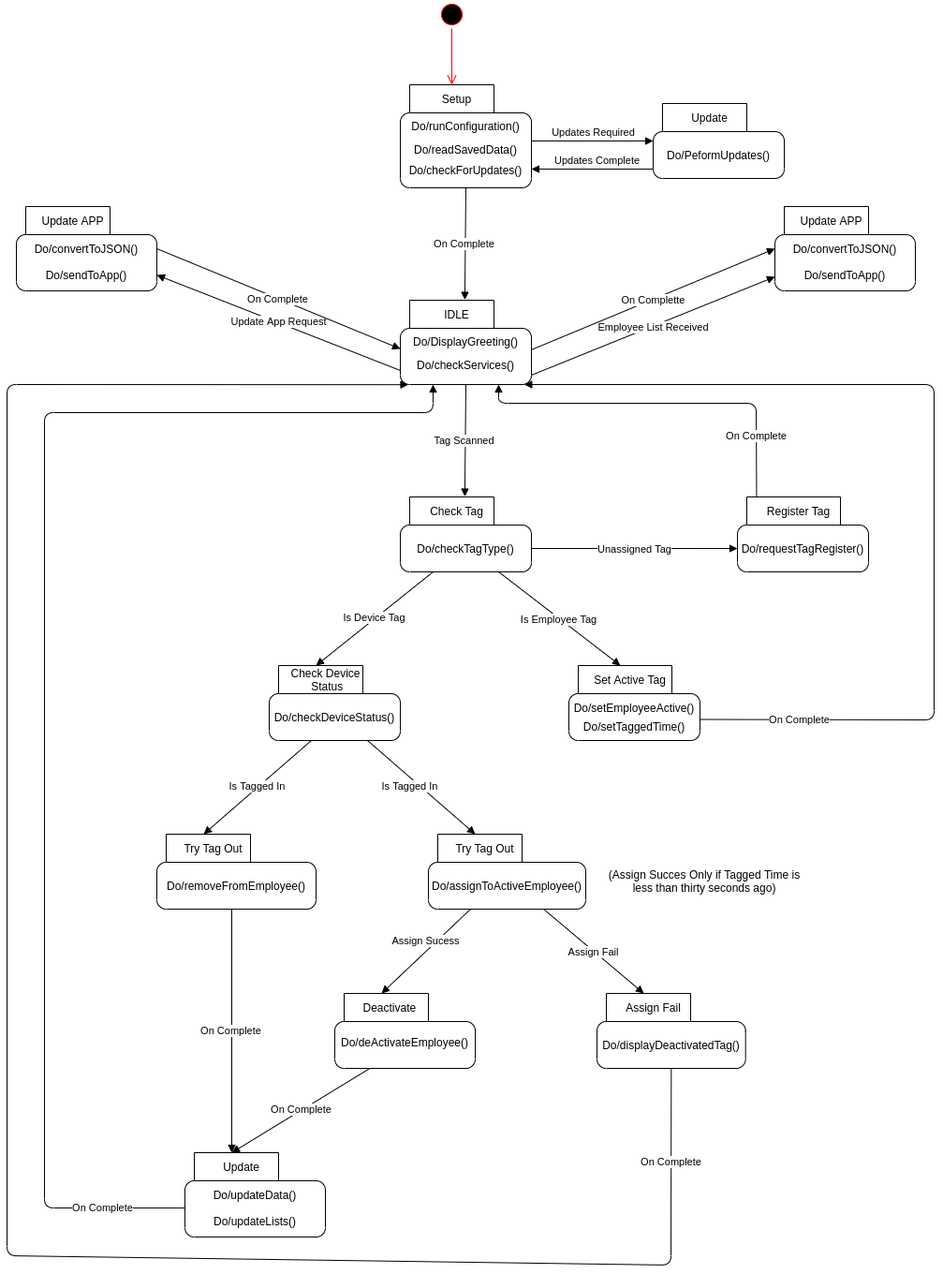
Earlier version of the draw.io export images/state-machine-firmware.png (Lance-Kraakman/rfidProject_V2_S2). Source tidied: cells renumbered, new cells last; positions are measured from the earlier drawing's top-left corner, leaving out a move shared by most shapes.
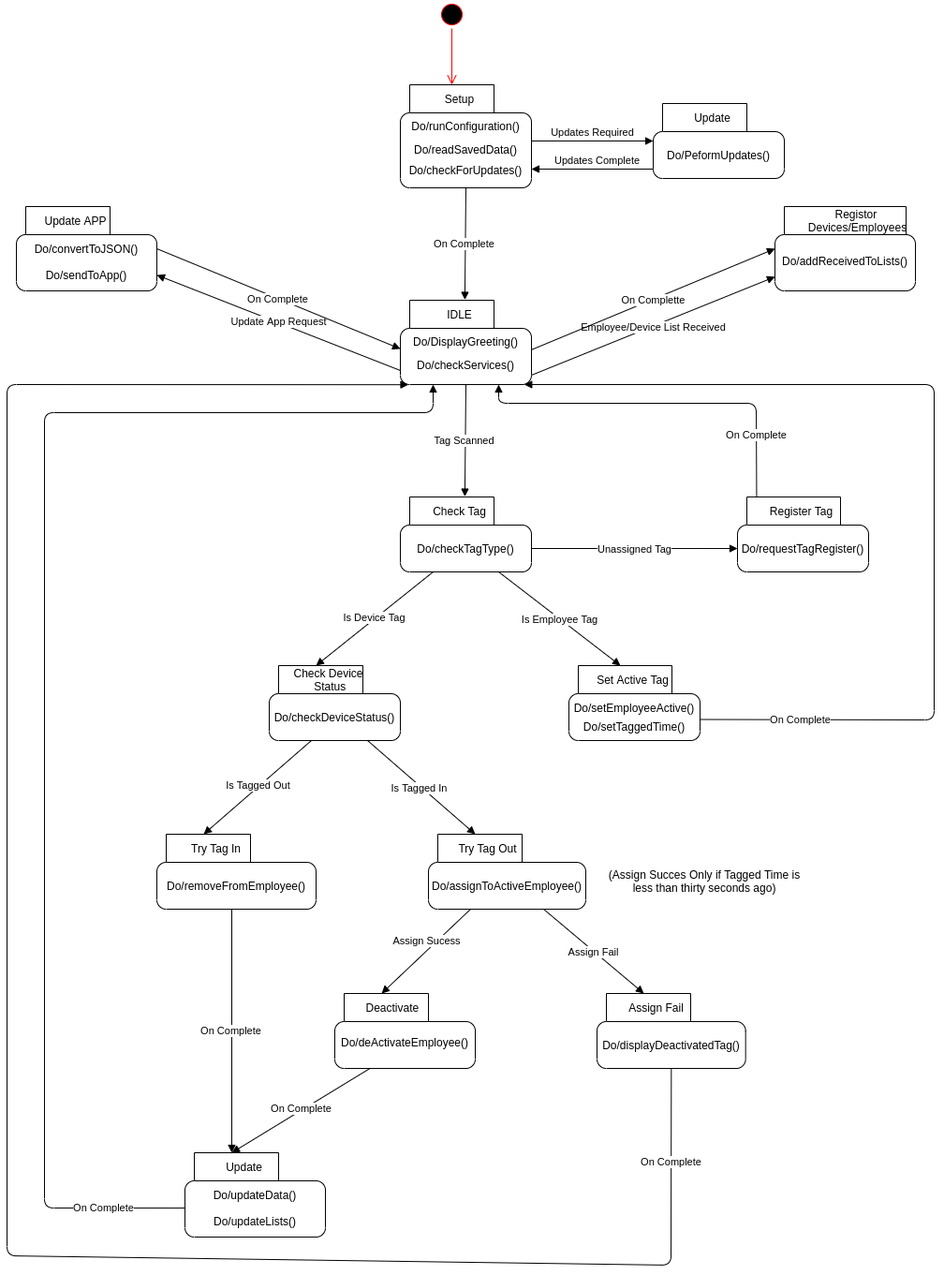
After the change.

Change to the diagram source:
```diff
@@ -136,13 +136,13 @@
     <mxCell id="38" value="v" style="group;" parent="1" vertex="1">
       <mxGeometry x="160" y="890" width="170" height="80" as="geometry" />
     </mxCell>
-    <mxCell id="39" value="Try Tag Out" style="shape=folder;align=center;verticalAlign=middle;fontStyle=0;tabWidth=100;tabHeight=30;tabPosition=left;html=1;boundedLbl=1;labelInHeader=1;rounded=1;absoluteArcSize=1;arcSize=10;" parent="38" vertex="1">
+    <mxCell id="39" value="Try Tag In" style="shape=folder;align=center;verticalAlign=middle;fontStyle=0;tabWidth=100;tabHeight=30;tabPosition=left;html=1;boundedLbl=1;labelInHeader=1;rounded=1;absoluteArcSize=1;arcSize=10;" parent="38" vertex="1">
       <mxGeometry width="170" height="80" as="geometry" />
     </mxCell>
     <mxCell id="40" value="Do/removeFromEmployee()" style="text;html=1;strokeColor=none;fillColor=none;align=center;verticalAlign=middle;whiteSpace=wrap;rounded=0;" parent="38" vertex="1">
       <mxGeometry y="30" width="170" height="50" as="geometry" />
     </mxCell>
-    <mxCell id="41" value="Is Tagged In" style="html=1;verticalAlign=middle;endArrow=block;exitX=0.25;exitY=1;exitDx=0;exitDy=0;entryX=0;entryY=0;entryDx=50;entryDy=0;entryPerimeter=0;labelPosition=center;verticalLabelPosition=middle;align=center;" parent="1" edge="1" target="39">
+    <mxCell id="41" value="Is Tagged Out" style="html=1;verticalAlign=middle;endArrow=block;exitX=0.25;exitY=1;exitDx=0;exitDy=0;entryX=0;entryY=0;entryDx=50;entryDy=0;entryPerimeter=0;labelPosition=center;verticalLabelPosition=middle;align=center;" parent="1" edge="1" target="39">
       <mxGeometry y="-1" relative="1" as="geometry">
         <mxPoint x="325" y="790" as="sourcePoint" />
       </mxGeometry>
@@ -157,7 +157,7 @@
       <mxGeometry x="6" y="30" width="156" height="50" as="geometry" />
     </mxCell>
     <mxCell id="45" value="Is Tagged In" style="html=1;verticalAlign=middle;endArrow=block;exitX=0.75;exitY=1;exitDx=0;exitDy=0;entryX=0;entryY=0;entryDx=50;entryDy=0;entryPerimeter=0;labelPosition=center;verticalLabelPosition=middle;align=center;" parent="1" edge="1" source="29" target="43">
-      <mxGeometry x="-0.12" y="-8" relative="1" as="geometry" />
+      <mxGeometry x="-0.02" y="-2" relative="1" as="geometry" />
     </mxCell>
     <mxCell id="46" value="(Assign Succes Only if Tagged Time is less than thirty seconds ago)" style="text;html=1;strokeColor=none;fillColor=none;align=center;verticalAlign=middle;whiteSpace=wrap;rounded=0;" parent="1" vertex="1">
       <mxGeometry x="640" y="930" width="210" height="20" as="geometry" />
@@ -247,16 +247,13 @@
     <mxCell id="69" value="v" style="group;" parent="1" vertex="1">
       <mxGeometry x="820" y="220" width="150" height="90" as="geometry" />
     </mxCell>
-    <mxCell id="70" value="Update APP" style="shape=folder;align=center;verticalAlign=middle;fontStyle=0;tabWidth=100;tabHeight=30;tabPosition=left;html=1;boundedLbl=1;labelInHeader=1;rounded=1;absoluteArcSize=1;arcSize=10;" parent="69" vertex="1">
+    <mxCell id="70" value="Registor &lt;br&gt;Devices/Employees" style="shape=folder;align=center;verticalAlign=middle;fontStyle=0;tabWidth=150;tabHeight=30;tabPosition=left;html=1;boundedLbl=1;labelInHeader=1;rounded=1;absoluteArcSize=1;arcSize=10;" parent="69" vertex="1">
       <mxGeometry width="150" height="90" as="geometry" />
     </mxCell>
-    <mxCell id="71" value="Do/convertToJSON()" style="text;html=1;strokeColor=none;fillColor=none;align=center;verticalAlign=middle;whiteSpace=wrap;rounded=0;" parent="69" vertex="1">
-      <mxGeometry y="16.9" width="150" height="56.2" as="geometry" />
+    <mxCell id="71" value="Do/addReceivedToLists()" style="text;html=1;strokeColor=none;fillColor=none;align=center;verticalAlign=middle;whiteSpace=wrap;rounded=0;" parent="69" vertex="1">
+      <mxGeometry y="30" width="150" height="56.2" as="geometry" />
     </mxCell>
-    <mxCell id="72" value="Do/sendToApp()" style="text;html=1;strokeColor=none;fillColor=none;align=center;verticalAlign=middle;whiteSpace=wrap;rounded=0;" parent="69" vertex="1">
-      <mxGeometry x="5" y="56.3" width="140" height="33.8" as="geometry" />
-    </mxCell>
-    <mxCell id="73" value="Employee List Received" style="html=1;verticalAlign=middle;endArrow=block;entryX=0;entryY=0;entryDx=0;entryDy=75;labelPosition=center;verticalLabelPosition=middle;align=center;exitX=1;exitY=1;exitDx=0;exitDy=0;entryPerimeter=0;" parent="1" edge="1" source="5" target="70">
+    <mxCell id="73" value="Employee/Device List Received" style="html=1;verticalAlign=middle;endArrow=block;entryX=0;entryY=0;entryDx=0;entryDy=75;labelPosition=center;verticalLabelPosition=middle;align=center;exitX=1;exitY=1;exitDx=0;exitDy=0;entryPerimeter=0;" parent="1" edge="1" source="5" target="70">
       <mxGeometry y="-1" relative="1" as="geometry" />
     </mxCell>
     <mxCell id="74" value="On Complette" style="html=1;verticalAlign=middle;endArrow=block;labelPosition=center;verticalLabelPosition=middle;align=center;exitX=1;exitY=0.75;exitDx=0;exitDy=0;entryX=0;entryY=0;entryDx=0;entryDy=45;entryPerimeter=0;" parent="1" edge="1" target="70">
```
